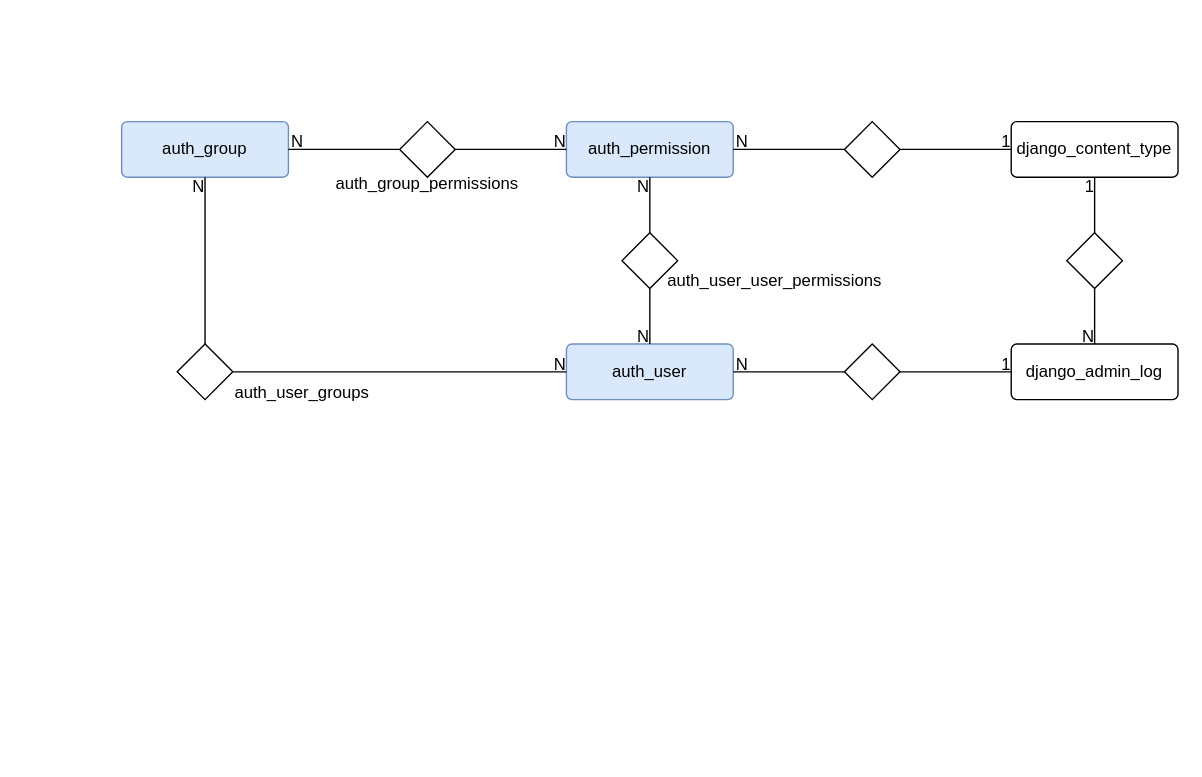
The draw.io diagram doc/auth_django.drawio in RafaelJoseCalderon/django_grupo_2, before the edit. Source tidied: cells renumbered, new cells numbered last; positions are measured from the earlier drawing's top-left corner, leaving out a move shared by most shapes. Both pictures are drawn from the tidied source at 139%, with x=0, y=0 at pixel (121, 121).
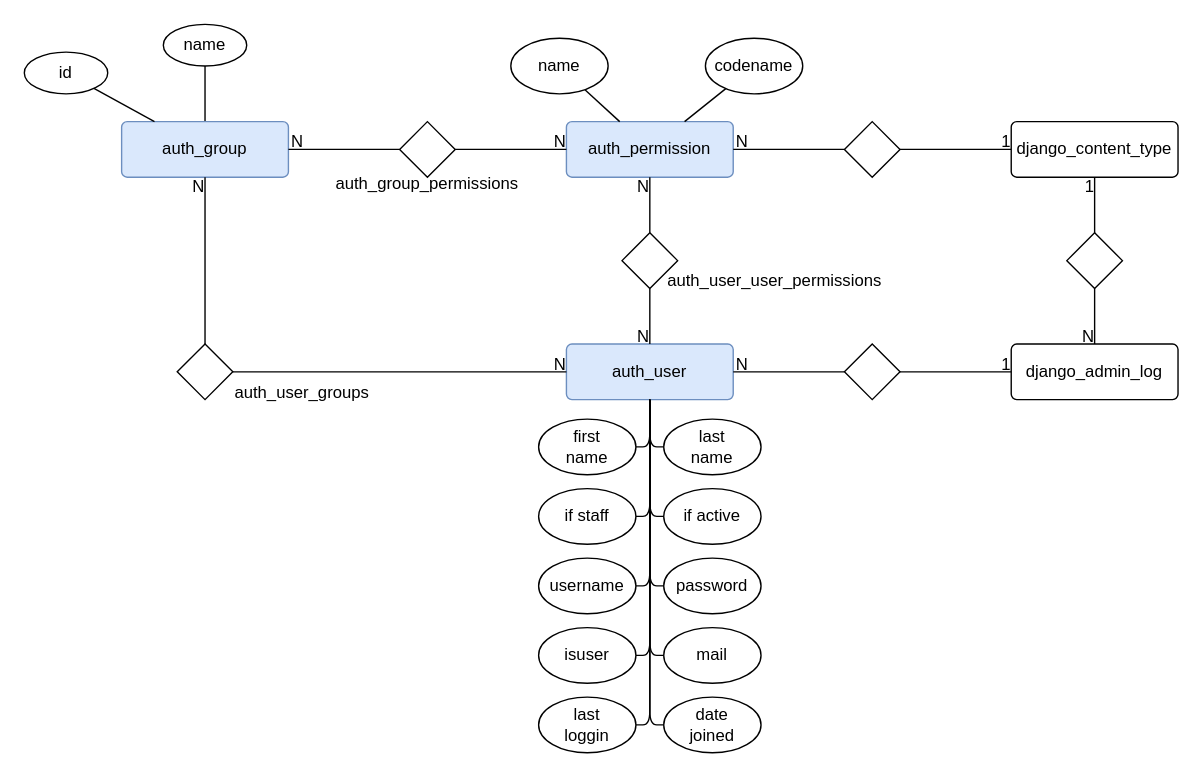
The same diagram, later.

The change refers to these unchanged cells:
```xml
<mxCell id="2" value="auth_user" style="rounded=1;arcSize=10;whiteSpace=wrap;html=1;align=center;fillColor=#dae8fc;strokeColor=#6c8ebf;" parent="1" vertex="1">
  <mxGeometry x="320" y="160" width="120" height="40" as="geometry" />
</mxCell>
<mxCell id="4" value="auth_permission" style="rounded=1;arcSize=10;whiteSpace=wrap;html=1;align=center;fillColor=#dae8fc;strokeColor=#6c8ebf;" parent="1" vertex="1">
  <mxGeometry x="320" width="120" height="40" as="geometry" />
</mxCell>
<mxCell id="5" value="auth_group" style="rounded=1;arcSize=10;whiteSpace=wrap;html=1;align=center;fillColor=#dae8fc;strokeColor=#6c8ebf;" parent="1" vertex="1">
  <mxGeometry width="120" height="40" as="geometry" />
</mxCell>
```

The edit, as a diff of the source:
```diff
@@
+    <mxCell id="40" style="edgeStyle=none;html=1;exitX=0.5;exitY=0;exitDx=0;exitDy=0;endArrow=none;endFill=0;" parent="1" edge="1" source="5" target="41">
+      <mxGeometry relative="1" as="geometry" />
+    </mxCell>
@@
+    <mxCell id="41" value="name" style="ellipse;whiteSpace=wrap;html=1;" parent="1" vertex="1">
+      <mxGeometry x="30" y="-70" width="60" height="30" as="geometry" />
+    </mxCell>
+    <mxCell id="42" value="id" style="ellipse;whiteSpace=wrap;html=1;" parent="1" vertex="1">
+      <mxGeometry x="-70" y="-50" width="60" height="30" as="geometry" />
+    </mxCell>
+    <mxCell id="43" style="endArrow=none;html=1;" parent="1" edge="1" source="42" target="5">
+      <mxGeometry relative="1" as="geometry" />
+    </mxCell>
+    <mxCell id="44" value="codename" style="ellipse;whiteSpace=wrap;html=1;" parent="1" vertex="1">
+      <mxGeometry x="420" y="-60" width="70" height="40" as="geometry" />
+    </mxCell>
+    <mxCell id="45" value="name" style="ellipse;whiteSpace=wrap;html=1;" parent="1" vertex="1">
+      <mxGeometry x="280" y="-60" width="70" height="40" as="geometry" />
+    </mxCell>
+    <mxCell id="46" style="endArrow=none;html=1;" parent="1" edge="1" source="45" target="4">
+      <mxGeometry relative="1" as="geometry" />
+    </mxCell>
+    <mxCell id="47" style="endArrow=none;html=1;" parent="1" edge="1" source="44" target="4">
+      <mxGeometry relative="1" as="geometry" />
+    </mxCell>
+    <mxCell id="48" value="last&lt;br&gt;name" style="ellipse;whiteSpace=wrap;html=1;" parent="1" vertex="1">
+      <mxGeometry x="390" y="214" width="70" height="40" as="geometry" />
+    </mxCell>
+    <mxCell id="49" value="if active" style="ellipse;whiteSpace=wrap;html=1;" parent="1" vertex="1">
+      <mxGeometry x="390" y="264" width="70" height="40" as="geometry" />
+    </mxCell>
+    <mxCell id="50" value="password" style="ellipse;whiteSpace=wrap;html=1;" parent="1" vertex="1">
+      <mxGeometry x="390" y="314" width="70" height="40" as="geometry" />
+    </mxCell>
+    <mxCell id="51" value="mail" style="ellipse;whiteSpace=wrap;html=1;" parent="1" vertex="1">
+      <mxGeometry x="390" y="364" width="70" height="40" as="geometry" />
+    </mxCell>
+    <mxCell id="52" value="date&lt;br&gt;joined" style="ellipse;whiteSpace=wrap;html=1;" parent="1" vertex="1">
+      <mxGeometry x="390" y="414" width="70" height="40" as="geometry" />
+    </mxCell>
+    <mxCell id="53" value="first&lt;br&gt;name" style="ellipse;whiteSpace=wrap;html=1;" parent="1" vertex="1">
+      <mxGeometry x="300" y="214" width="70" height="40" as="geometry" />
+    </mxCell>
+    <mxCell id="54" value="if staff" style="ellipse;whiteSpace=wrap;html=1;" parent="1" vertex="1">
+      <mxGeometry x="300" y="264" width="70" height="40" as="geometry" />
+    </mxCell>
+    <mxCell id="55" value="username" style="ellipse;whiteSpace=wrap;html=1;" parent="1" vertex="1">
+      <mxGeometry x="300" y="314" width="70" height="40" as="geometry" />
+    </mxCell>
+    <mxCell id="56" value="isuser" style="ellipse;whiteSpace=wrap;html=1;" parent="1" vertex="1">
+      <mxGeometry x="300" y="364" width="70" height="40" as="geometry" />
+    </mxCell>
+    <mxCell id="57" value="last&lt;br&gt;loggin" style="ellipse;whiteSpace=wrap;html=1;" parent="1" vertex="1">
+      <mxGeometry x="300" y="414" width="70" height="40" as="geometry" />
+    </mxCell>
+    <mxCell id="58" style="endArrow=none;html=1;edgeStyle=orthogonalEdgeStyle;" parent="1" edge="1" source="48" target="2">
+      <mxGeometry relative="1" as="geometry">
+        <Array as="points">
+          <mxPoint x="380" y="234" />
+        </Array>
+      </mxGeometry>
+    </mxCell>
+    <mxCell id="59" style="endArrow=none;html=1;edgeStyle=orthogonalEdgeStyle;" parent="1" edge="1" source="49" target="2">
+      <mxGeometry relative="1" as="geometry">
+        <Array as="points">
+          <mxPoint x="380" y="284" />
+        </Array>
+      </mxGeometry>
+    </mxCell>
+    <mxCell id="60" style="endArrow=none;html=1;edgeStyle=orthogonalEdgeStyle;" parent="1" edge="1" source="50" target="2">
+      <mxGeometry relative="1" as="geometry">
+        <Array as="points">
+          <mxPoint x="380" y="334" />
+        </Array>
+      </mxGeometry>
+    </mxCell>
+    <mxCell id="61" style="endArrow=none;html=1;edgeStyle=orthogonalEdgeStyle;" parent="1" edge="1" source="51" target="2">
+      <mxGeometry relative="1" as="geometry">
+        <Array as="points">
+          <mxPoint x="380" y="384" />
+        </Array>
+      </mxGeometry>
+    </mxCell>
+    <mxCell id="62" style="endArrow=none;html=1;edgeStyle=orthogonalEdgeStyle;" parent="1" edge="1" source="52" target="2">
+      <mxGeometry relative="1" as="geometry">
+        <Array as="points">
+          <mxPoint x="380" y="434" />
+        </Array>
+      </mxGeometry>
+    </mxCell>
+    <mxCell id="63" style="endArrow=none;html=1;edgeStyle=orthogonalEdgeStyle;" parent="1" edge="1" source="53" target="2">
+      <mxGeometry relative="1" as="geometry">
+        <Array as="points">
+          <mxPoint x="380" y="234" />
+        </Array>
+      </mxGeometry>
+    </mxCell>
+    <mxCell id="64" style="endArrow=none;html=1;edgeStyle=orthogonalEdgeStyle;" parent="1" edge="1" source="54" target="2">
+      <mxGeometry relative="1" as="geometry">
+        <Array as="points">
+          <mxPoint x="380" y="284" />
+        </Array>
+      </mxGeometry>
+    </mxCell>
+    <mxCell id="65" style="endArrow=none;html=1;edgeStyle=orthogonalEdgeStyle;" parent="1" edge="1" source="55" target="2">
+      <mxGeometry relative="1" as="geometry">
+        <Array as="points">
+          <mxPoint x="380" y="334" />
+        </Array>
+      </mxGeometry>
+    </mxCell>
+    <mxCell id="66" style="endArrow=none;html=1;edgeStyle=orthogonalEdgeStyle;" parent="1" edge="1" source="56" target="2">
+      <mxGeometry relative="1" as="geometry">
+        <Array as="points">
+          <mxPoint x="380" y="384" />
+        </Array>
+      </mxGeometry>
+    </mxCell>
+    <mxCell id="67" style="endArrow=none;html=1;edgeStyle=orthogonalEdgeStyle;" parent="1" edge="1" source="57" target="2">
+      <mxGeometry relative="1" as="geometry">
+        <Array as="points">
+          <mxPoint x="380" y="434" />
+        </Array>
+      </mxGeometry>
+    </mxCell>
```
